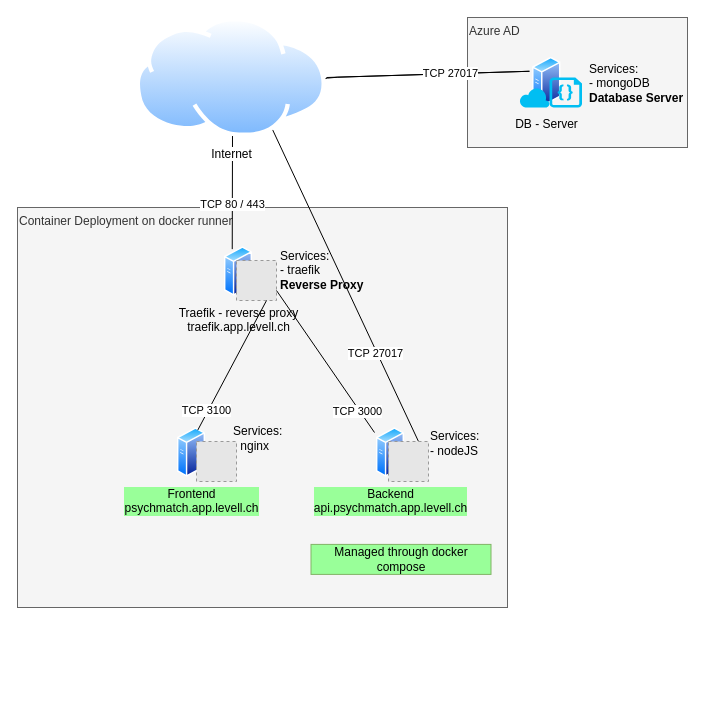
Above: page "ArchitectureStreetmix" (1 of 7) of documentation/infrastructure.drawio in jimmylevell/psychmatch (draw.io), before the change. Source tidied: cells renumbered, new cells numbered last; positions are measured from the earlier drawing's top-left corner, leaving out a move shared by most shapes. Both pictures are drawn from the tidied source at 100%, with x=0, y=0 at pixel (17, 17). Pictures stored in the file or linked from it are replaced by grey dashed boxes.
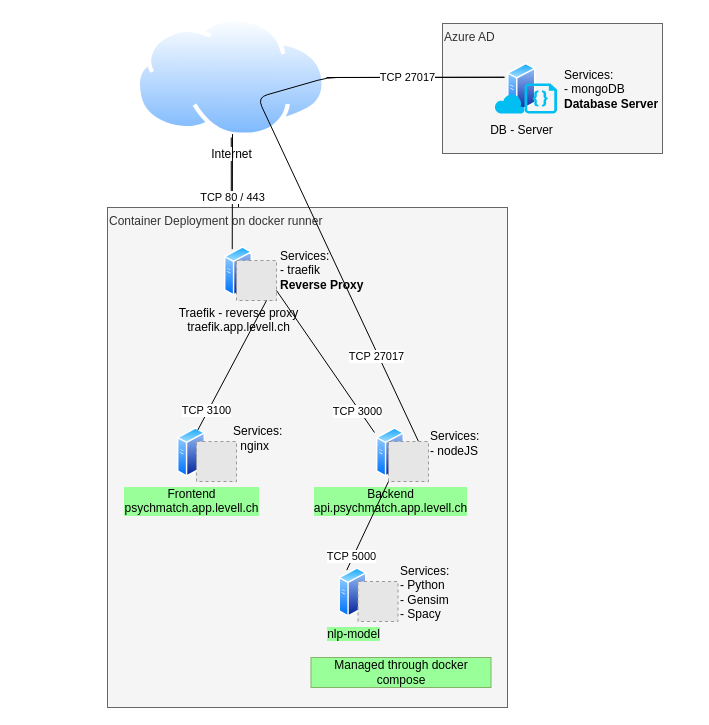
Above is the later version.

Commit message (it also covers changes not shown here):
added python notebooks

Unchanged cells that the change refers to:
```xml
<mxCell id="12" style="fillColor=#E6E6E6;strokeColor=#999999;dashed=1;html=1;verticalAlign=top;verticalLabelPosition=bottom;labelBackgroundColor=#ffffff;" parent="1" vertex="1">
  <mxGeometry x="371" y="424" width="40" height="40" as="geometry" />
</mxCell>
<mxCell id="13" value="Traefik - reverse proxy&lt;br&gt;traefik.app.levell.ch" style="perimeter=ellipsePerimeter;html=1;align=center;shadow=0;dashed=0;spacingTop=3;image;image=img/lib/active_directory/generic_server.svg;labelBackgroundColor=none;" parent="1" vertex="1">
  <mxGeometry x="207" y="229" width="28" height="50" as="geometry" />
</mxCell>
```

What changed in the source:
```diff
@@
+    <mxCell id="24" style="edgeStyle=orthogonalEdgeStyle;rounded=0;jettySize=auto;html=1;" parent="1" edge="1" source="18" target="13">
+      <mxGeometry relative="1" as="geometry" />
+    </mxCell>
+    <mxCell id="18" value="Internet" style="perimeter=ellipsePerimeter;html=1;align=center;shadow=0;dashed=0;spacingTop=3;image;image=img/lib/active_directory/internet_cloud.svg;" parent="1" vertex="1">
+      <mxGeometry x="118.5" width="190.5" height="120" as="geometry" />
+    </mxCell>
     <mxCell id="2" value="Azure AD" style="rounded=0;whiteSpace=wrap;html=1;fillColor=#f5f5f5;strokeColor=#666666;fontColor=#333333;align=left;verticalAlign=top;" parent="1" vertex="1">
-      <mxGeometry x="450" width="220" height="130" as="geometry" />
+      <mxGeometry x="425" y="6" width="220" height="130" as="geometry" />
     </mxCell>
     <mxCell id="3" value="Container Deployment on docker runner" style="rounded=0;whiteSpace=wrap;html=1;fillColor=#f5f5f5;strokeColor=#666666;fontColor=#333333;align=left;verticalAlign=top;" parent="1" vertex="1">
-      <mxGeometry y="190" width="490" height="400" as="geometry" />
+      <mxGeometry x="90" y="190" width="400" height="500" as="geometry" />
     </mxCell>
     <mxCell id="4" value="DB - Server" style="perimeter=ellipsePerimeter;html=1;align=center;shadow=0;dashed=0;spacingTop=3;image;image=img/lib/active_directory/generic_server.svg;fontFamily=Helvetica;fontSize=12;fontColor=#000000;strokeColor=#000000;fillColor=#ffffff;labelBackgroundColor=none;" parent="1" vertex="1">
-      <mxGeometry x="510" y="39.7" width="38.5" height="50" as="geometry" />
+      <mxGeometry x="485" y="45.7" width="38.5" height="50" as="geometry" />
     </mxCell>
@@
     <mxCell id="17" value="TCP 80 / 443" style="endArrow=none;html=1;exitX=0.25;exitY=0;exitDx=0;exitDy=0;endFill=0;" parent="1" edge="1" source="13">
-      <mxGeometry x="-0.22" relative="1" as="geometry">
+      <mxGeometry x="-0.1" relative="1" as="geometry">
         <mxPoint x="215" y="116.6" as="targetPoint" />
       </mxGeometry>
     </mxCell>
-    <mxCell id="18" value="Internet" style="perimeter=ellipsePerimeter;html=1;align=center;shadow=0;dashed=0;spacingTop=3;image;image=img/lib/active_directory/internet_cloud.svg;" parent="1" vertex="1">
-      <mxGeometry x="118.5" width="190.5" height="120" as="geometry" />
-    </mxCell>
     <mxCell id="19" value="Services:&amp;nbsp;&lt;br&gt;- mongoDB&lt;br&gt;&lt;b&gt;Database Server&lt;/b&gt;" style="text;html=1;strokeColor=none;fillColor=none;align=left;verticalAlign=middle;whiteSpace=wrap;rounded=0;" parent="1" vertex="1">
-      <mxGeometry x="570" y="56" width="104" height="20" as="geometry" />
+      <mxGeometry x="545" y="62" width="104" height="20" as="geometry" />
     </mxCell>
     <mxCell id="20" value="Managed through docker compose" style="rounded=0;whiteSpace=wrap;html=1;fillColor=#99FF99;strokeColor=#82b366;" parent="1" vertex="1">
-      <mxGeometry x="293.5" y="526.9" width="180" height="30" as="geometry" />
+      <mxGeometry x="293.5" y="640" width="180" height="30" as="geometry" />
     </mxCell>
     <mxCell id="21" style="verticalLabelPosition=bottom;html=1;verticalAlign=top;align=center;strokeColor=none;fillColor=#00BEF2;shape=mxgraph.azure.code_file;" parent="1" vertex="1">
-      <mxGeometry x="532" y="60" width="32.5" height="30" as="geometry" />
+      <mxGeometry x="507" y="66" width="32.5" height="30" as="geometry" />
     </mxCell>
     <mxCell id="22" value="TCP 27017" style="endArrow=none;html=1;exitX=0;exitY=0.25;exitDx=0;exitDy=0;endFill=0;entryX=1;entryY=0.5;entryDx=0;entryDy=0;" parent="1" edge="1" source="4" target="18">
-      <mxGeometry x="-0.22" relative="1" as="geometry" />
+      <mxGeometry x="0.09" relative="1" as="geometry" />
     </mxCell>
     <mxCell id="23" style="verticalLabelPosition=bottom;html=1;verticalAlign=top;align=center;strokeColor=none;fillColor=#00BEF2;shape=mxgraph.azure.cloud;labelBackgroundColor=none;" parent="1" vertex="1">
-      <mxGeometry x="502" y="70" width="30" height="20" as="geometry" />
+      <mxGeometry x="477" y="76" width="30" height="20" as="geometry" />
     </mxCell>
+    <mxCell id="25" value="nlp-model" style="perimeter=ellipsePerimeter;html=1;align=center;shadow=0;dashed=0;spacingTop=3;image;image=img/lib/active_directory/generic_server.svg;labelBackgroundColor=#99FF99;" parent="1" vertex="1">
+      <mxGeometry x="321.5" y="550" width="28" height="50" as="geometry" />
+    </mxCell>
+    <mxCell id="26" style="fillColor=#E6E6E6;strokeColor=#999999;dashed=1;html=1;verticalAlign=top;verticalLabelPosition=bottom;labelBackgroundColor=#ffffff;" parent="1" vertex="1">
+      <mxGeometry x="340.5" y="564" width="40" height="40" as="geometry" />
+    </mxCell>
+    <mxCell id="27" value="Services:&amp;nbsp;&lt;br&gt;- Python&lt;br&gt;- Gensim&lt;br&gt;- Spacy" style="text;html=1;strokeColor=none;fillColor=none;align=left;verticalAlign=middle;whiteSpace=wrap;rounded=0;" parent="1" vertex="1">
+      <mxGeometry x="380.5" y="565" width="80" height="20" as="geometry" />
+    </mxCell>
+    <mxCell id="28" value="TCP 5000" style="endArrow=none;html=1;exitX=0.25;exitY=0;exitDx=0;exitDy=0;endFill=0;entryX=0;entryY=1;entryDx=0;entryDy=0;" parent="1" edge="1" source="25" target="12">
+      <mxGeometry x="-0.7" y="1" relative="1" as="geometry">
+        <mxPoint x="-1" as="offset" />
+      </mxGeometry>
+    </mxCell>
```
